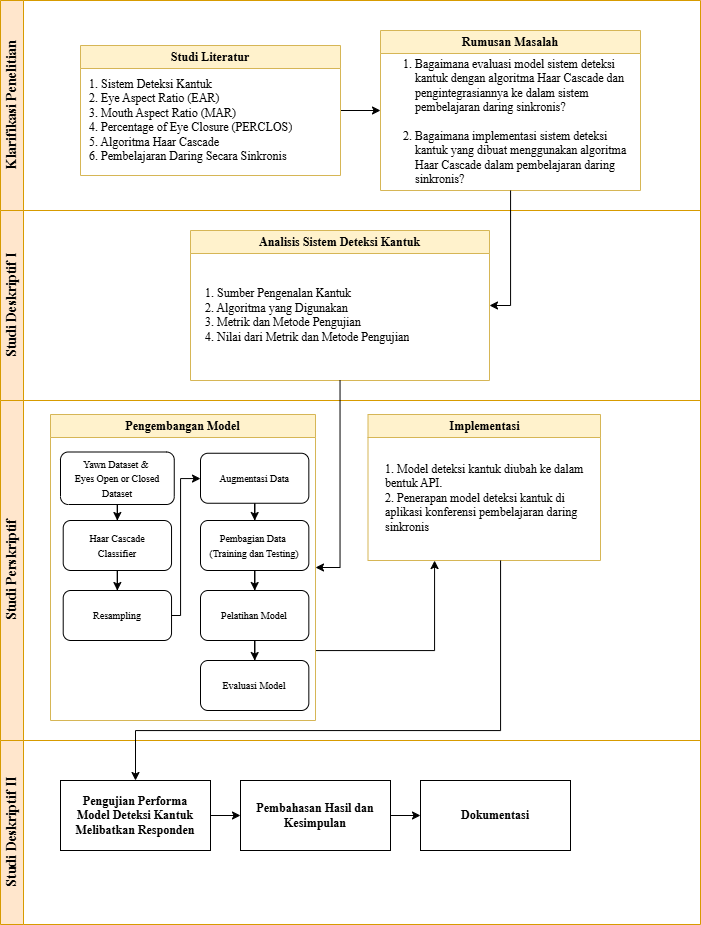
Above: Desain Penelitian.drawio.png in pakkaem/app.diagrams.net-repo (draw.io), before the change. Source tidied: cells renumbered, new cells last; positions are measured from the earlier drawing's top-left corner, leaving out a move shared by most shapes.
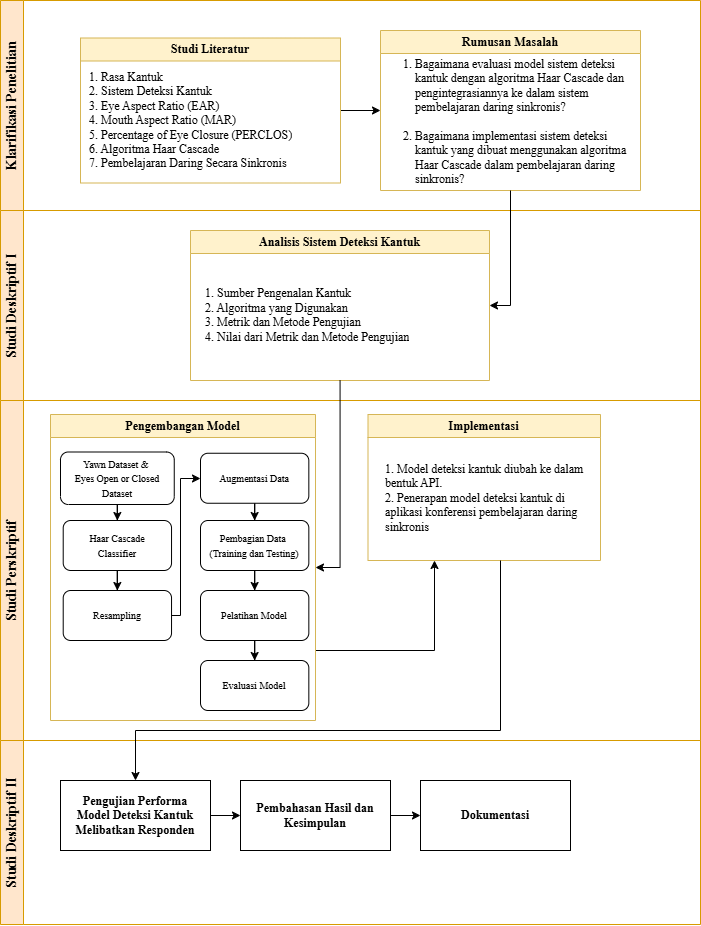
After the change.

What changed in the source:
```diff
@@ -9,10 +9,10 @@
       <mxGeometry relative="1" as="geometry" />
     </mxCell>
     <mxCell id="4" value="&lt;font face=&quot;Times New Roman&quot;&gt;Studi Literatur&lt;/font&gt;" style="swimlane;whiteSpace=wrap;html=1;fillColor=#fff2cc;strokeColor=#d6b656;" parent="2" vertex="1">
-      <mxGeometry x="80" y="45" width="260" height="130" as="geometry" />
+      <mxGeometry x="80" y="37.5" width="260" height="145" as="geometry" />
     </mxCell>
-    <mxCell id="5" value="&lt;p&gt;&lt;span style=&quot;background-color: initial;&quot;&gt;1. Sistem Deteksi Kantuk&lt;br&gt;2. Eye Aspect Ratio (EAR)&lt;br&gt;&lt;/span&gt;&lt;span style=&quot;background-color: initial;&quot;&gt;3. Mouth Aspect Ratio (MAR)&amp;nbsp;&lt;br&gt;4. Percentage of Eye Closure (PERCLOS)&lt;br&gt;5. Algoritma Haar Cascade&lt;br&gt;6. Pembelajaran Daring Secara Sinkronis&lt;/span&gt;&lt;/p&gt;" style="text;html=1;strokeColor=none;fillColor=none;spacing=5;spacingTop=-20;whiteSpace=wrap;overflow=hidden;rounded=0;fontFamily=Times New Roman;" parent="4" vertex="1">
-      <mxGeometry x="4" y="30" width="250" height="100" as="geometry" />
+    <mxCell id="5" value="&lt;p&gt;&lt;span style=&quot;background-color: initial;&quot;&gt;1. Rasa Kantuk&lt;br&gt;2. Sistem Deteksi Kantuk&lt;br&gt;3. Eye Aspect Ratio (EAR)&lt;br&gt;&lt;/span&gt;&lt;span style=&quot;background-color: initial;&quot;&gt;4. Mouth Aspect Ratio (MAR)&amp;nbsp;&lt;br&gt;5. Percentage of Eye Closure (PERCLOS)&lt;br&gt;6. Algoritma Haar Cascade&lt;br&gt;7. Pembelajaran Daring Secara Sinkronis&lt;/span&gt;&lt;/p&gt;" style="text;html=1;strokeColor=none;fillColor=none;spacing=5;spacingTop=-20;whiteSpace=wrap;overflow=hidden;rounded=0;fontFamily=Times New Roman;" parent="4" vertex="1">
+      <mxGeometry x="4" y="30" width="250" height="110" as="geometry" />
     </mxCell>
     <mxCell id="6" value="&lt;font face=&quot;Times New Roman&quot;&gt;Rumusan Masalah&lt;/font&gt;" style="swimlane;whiteSpace=wrap;html=1;startSize=23;fillColor=#fff2cc;strokeColor=#d6b656;" parent="2" vertex="1">
       <mxGeometry x="380" y="30" width="260" height="160" as="geometry" />
```
